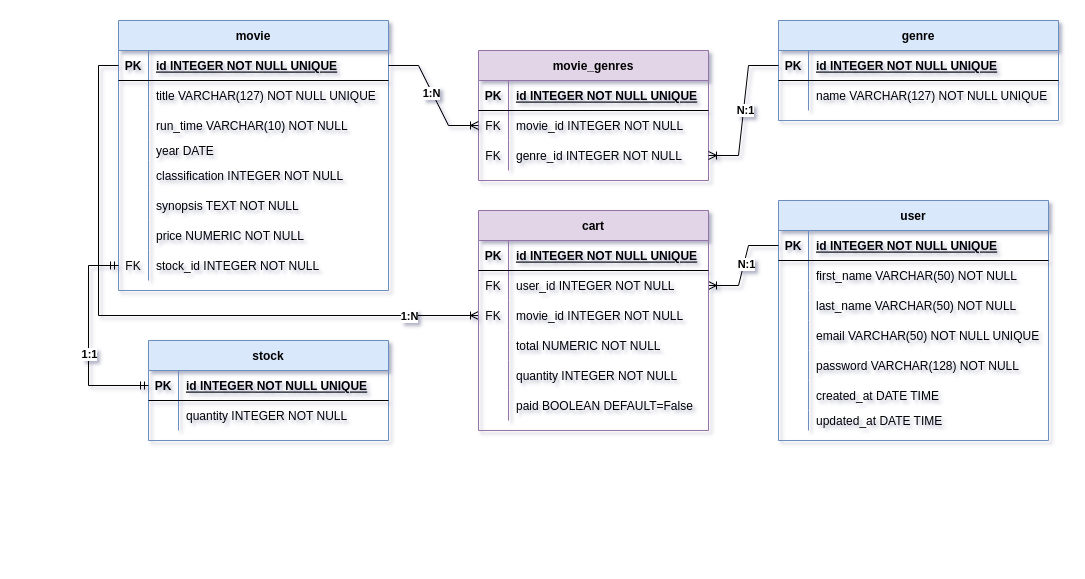
Above: DER.png in leonardomlouzas/capstone_django (draw.io), before the change. Source tidied: cells renumbered, new cells last; positions are measured from the earlier drawing's top-left corner, leaving out a move shared by most shapes.
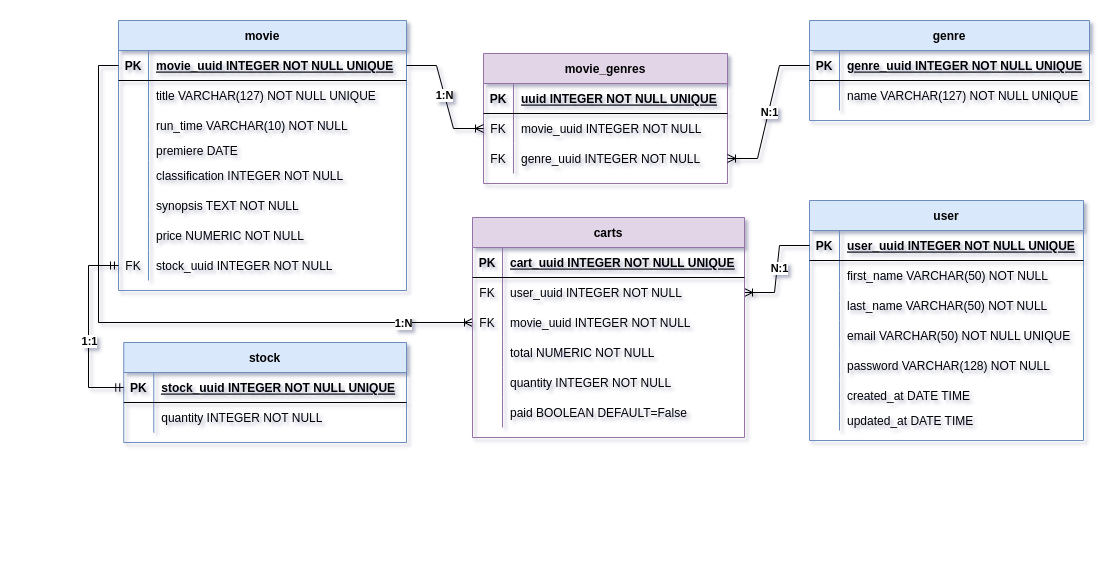
The same file after the commit.

What changed in the source:
```diff
@@ -5,3 +5,3 @@
     <mxCell id="2" value="genre" style="shape=table;startSize=30;rowLines=0;fontStyle=1;align=center;fillColor=#dae8fc;strokeColor=#6c8ebf;" parent="1" vertex="1">
-      <mxGeometry x="750" width="280" height="100" as="geometry" />
+      <mxGeometry x="781" width="280" height="100" as="geometry" />
     </mxCell>
@@ -13,3 +13,3 @@
     </mxCell>
-    <mxCell id="5" value="id INTEGER NOT NULL UNIQUE" style="shape=partialRectangle;overflow=hidden;fillColor=none;top=0;left=0;bottom=0;right=0;align=left;spacingLeft=6;fontStyle=5;" parent="3" vertex="1">
+    <mxCell id="5" value="genre_uuid INTEGER NOT NULL UNIQUE" style="shape=partialRectangle;overflow=hidden;fillColor=none;top=0;left=0;bottom=0;right=0;align=left;spacingLeft=6;fontStyle=5;" parent="3" vertex="1">
       <mxGeometry x="30" width="250" height="30" as="geometry" />
@@ -26,6 +26,6 @@
     <mxCell id="9" value="movie" style="shape=table;startSize=30;rowLines=0;fontStyle=1;align=center;fillColor=#dae8fc;strokeColor=#6c8ebf;" parent="1" vertex="1">
-      <mxGeometry x="90" width="270" height="270" as="geometry" />
+      <mxGeometry x="90" width="288" height="270" as="geometry" />
     </mxCell>
     <mxCell id="10" style="shape=partialRectangle;fillColor=none;points=[[0,0.5],[1,0.5]];portConstraint=eastwest;top=0;left=0;right=0;bottom=1;" parent="9" vertex="1">
-      <mxGeometry y="30" width="270" height="30" as="geometry" />
+      <mxGeometry y="30" width="288" height="30" as="geometry" />
     </mxCell>
@@ -34,7 +34,7 @@
     </mxCell>
-    <mxCell id="12" value="id INTEGER NOT NULL UNIQUE" style="shape=partialRectangle;overflow=hidden;fillColor=none;top=0;left=0;bottom=0;right=0;align=left;spacingLeft=6;fontStyle=5;" parent="10" vertex="1">
-      <mxGeometry x="30" width="240" height="30" as="geometry" />
+    <mxCell id="12" value="movie_uuid INTEGER NOT NULL UNIQUE" style="shape=partialRectangle;overflow=hidden;fillColor=none;top=0;left=0;bottom=0;right=0;align=left;spacingLeft=6;fontStyle=5;" parent="10" vertex="1">
+      <mxGeometry x="30" width="258" height="30" as="geometry" />
     </mxCell>
     <mxCell id="13" style="shape=partialRectangle;fillColor=none;top=0;left=0;right=0;bottom=0;" parent="9" vertex="1">
-      <mxGeometry y="60" width="270" height="30" as="geometry" />
+      <mxGeometry y="60" width="288" height="30" as="geometry" />
     </mxCell>
@@ -44,6 +44,6 @@
     <mxCell id="15" value="title VARCHAR(127) NOT NULL UNIQUE" style="shape=partialRectangle;overflow=hidden;fillColor=none;top=0;left=0;bottom=0;right=0;align=left;spacingLeft=6;fontStyle=0;" parent="13" vertex="1">
-      <mxGeometry x="30" width="240" height="30" as="geometry" />
+      <mxGeometry x="30" width="258" height="30" as="geometry" />
     </mxCell>
     <mxCell id="16" style="shape=partialRectangle;fillColor=none;top=0;left=0;right=0;bottom=0;" parent="9" vertex="1">
-      <mxGeometry y="90" width="270" height="30" as="geometry" />
+      <mxGeometry y="90" width="288" height="30" as="geometry" />
     </mxCell>
@@ -53,6 +53,6 @@
     <mxCell id="18" value="run_time VARCHAR(10) NOT NULL" style="shape=partialRectangle;overflow=hidden;fillColor=none;top=0;left=0;bottom=0;right=0;align=left;spacingLeft=6;" parent="16" vertex="1">
-      <mxGeometry x="30" width="240" height="30" as="geometry" />
+      <mxGeometry x="30" width="258" height="30" as="geometry" />
     </mxCell>
     <mxCell id="19" style="shape=partialRectangle;fillColor=none;top=0;left=0;right=0;bottom=0;" parent="9" vertex="1">
-      <mxGeometry y="120" width="270" height="20" as="geometry" />
+      <mxGeometry y="120" width="288" height="20" as="geometry" />
     </mxCell>
@@ -61,7 +61,7 @@
     </mxCell>
-    <mxCell id="21" value="year DATE" style="shape=partialRectangle;overflow=hidden;fillColor=none;top=0;left=0;bottom=0;right=0;align=left;spacingLeft=6;" parent="19" vertex="1">
-      <mxGeometry x="30" width="240" height="20" as="geometry" />
+    <mxCell id="21" value="premiere DATE" style="shape=partialRectangle;overflow=hidden;fillColor=none;top=0;left=0;bottom=0;right=0;align=left;spacingLeft=6;" parent="19" vertex="1">
+      <mxGeometry x="30" width="258" height="20" as="geometry" />
     </mxCell>
     <mxCell id="22" style="shape=partialRectangle;fillColor=none;top=0;left=0;right=0;bottom=0;" parent="9" vertex="1">
-      <mxGeometry y="140" width="270" height="30" as="geometry" />
+      <mxGeometry y="140" width="288" height="30" as="geometry" />
     </mxCell>
@@ -71,6 +71,6 @@
     <mxCell id="24" value="classification INTEGER NOT NULL" style="shape=partialRectangle;overflow=hidden;fillColor=none;top=0;left=0;bottom=0;right=0;align=left;spacingLeft=6;" parent="22" vertex="1">
-      <mxGeometry x="30" width="240" height="30" as="geometry" />
+      <mxGeometry x="30" width="258" height="30" as="geometry" />
     </mxCell>
     <mxCell id="25" style="shape=partialRectangle;fillColor=none;top=0;left=0;right=0;bottom=0;" parent="9" vertex="1">
-      <mxGeometry y="170" width="270" height="30" as="geometry" />
+      <mxGeometry y="170" width="288" height="30" as="geometry" />
     </mxCell>
@@ -80,6 +80,6 @@
     <mxCell id="27" value="synopsis TEXT NOT NULL" style="shape=partialRectangle;overflow=hidden;fillColor=none;top=0;left=0;bottom=0;right=0;align=left;spacingLeft=6;" parent="25" vertex="1">
-      <mxGeometry x="30" width="240" height="30" as="geometry" />
+      <mxGeometry x="30" width="258" height="30" as="geometry" />
     </mxCell>
     <mxCell id="28" style="shape=partialRectangle;fillColor=none;top=0;left=0;right=0;bottom=0;" parent="9" vertex="1">
-      <mxGeometry y="200" width="270" height="30" as="geometry" />
+      <mxGeometry y="200" width="288" height="30" as="geometry" />
     </mxCell>
@@ -89,6 +89,6 @@
     <mxCell id="30" value="price NUMERIC NOT NULL" style="shape=partialRectangle;overflow=hidden;fillColor=none;top=0;left=0;bottom=0;right=0;align=left;spacingLeft=6;" parent="28" vertex="1">
-      <mxGeometry x="30" width="240" height="30" as="geometry" />
+      <mxGeometry x="30" width="258" height="30" as="geometry" />
     </mxCell>
     <mxCell id="31" style="shape=partialRectangle;fillColor=none;points=[[0,0.5],[1,0.5]];portConstraint=eastwest;top=0;left=0;right=0;bottom=0;" parent="9" vertex="1">
-      <mxGeometry y="230" width="270" height="30" as="geometry" />
+      <mxGeometry y="230" width="288" height="30" as="geometry" />
     </mxCell>
@@ -97,10 +97,10 @@
     </mxCell>
-    <mxCell id="33" value="stock_id INTEGER NOT NULL" style="shape=partialRectangle;overflow=hidden;fillColor=none;top=0;left=0;bottom=0;right=0;align=left;spacingLeft=6;" parent="31" vertex="1">
-      <mxGeometry x="30" width="240" height="30" as="geometry" />
+    <mxCell id="33" value="stock_uuid INTEGER NOT NULL" style="shape=partialRectangle;overflow=hidden;fillColor=none;top=0;left=0;bottom=0;right=0;align=left;spacingLeft=6;" parent="31" vertex="1">
+      <mxGeometry x="30" width="258" height="30" as="geometry" />
     </mxCell>
     <mxCell id="34" value="movie_genres" style="shape=table;startSize=30;rowLines=0;fontStyle=1;align=center;fillColor=#e1d5e7;strokeColor=#9673a6;" parent="1" vertex="1">
-      <mxGeometry x="450" y="30" width="230" height="130" as="geometry" />
+      <mxGeometry x="455" y="33" width="244" height="130" as="geometry" />
     </mxCell>
     <mxCell id="35" style="shape=tableRow;horizontal=0;startSize=0;swimlaneHead=0;swimlaneBody=0;fillColor=none;top=0;left=0;right=0;bottom=1;" parent="34" vertex="1">
-      <mxGeometry y="30" width="230" height="30" as="geometry" />
+      <mxGeometry y="30" width="244" height="30" as="geometry" />
     </mxCell>
@@ -109,7 +109,7 @@
     </mxCell>
-    <mxCell id="37" value="id INTEGER NOT NULL UNIQUE" style="shape=partialRectangle;fillColor=none;top=0;left=0;bottom=0;right=0;align=left;spacingLeft=6;fontStyle=5;overflow=hidden;" parent="35" vertex="1">
-      <mxGeometry x="30" width="200" height="30" as="geometry" />
+    <mxCell id="37" value="uuid INTEGER NOT NULL UNIQUE" style="shape=partialRectangle;fillColor=none;top=0;left=0;bottom=0;right=0;align=left;spacingLeft=6;fontStyle=5;overflow=hidden;" parent="35" vertex="1">
+      <mxGeometry x="30" width="214" height="30" as="geometry" />
     </mxCell>
     <mxCell id="38" style="shape=tableRow;horizontal=0;startSize=0;swimlaneHead=0;swimlaneBody=0;fillColor=none;points=[[0,0.5],[1,0.5]];portConstraint=eastwest;top=0;left=0;right=0;bottom=0;" parent="34" vertex="1">
-      <mxGeometry y="60" width="230" height="30" as="geometry" />
+      <mxGeometry y="60" width="244" height="30" as="geometry" />
     </mxCell>
@@ -118,7 +118,7 @@
     </mxCell>
-    <mxCell id="40" value="movie_id INTEGER NOT NULL" style="shape=partialRectangle;fillColor=none;top=0;left=0;bottom=0;right=0;align=left;spacingLeft=6;overflow=hidden;" parent="38" vertex="1">
-      <mxGeometry x="30" width="200" height="30" as="geometry" />
+    <mxCell id="40" value="movie_uuid INTEGER NOT NULL" style="shape=partialRectangle;fillColor=none;top=0;left=0;bottom=0;right=0;align=left;spacingLeft=6;overflow=hidden;" parent="38" vertex="1">
+      <mxGeometry x="30" width="214" height="30" as="geometry" />
     </mxCell>
     <mxCell id="41" style="shape=tableRow;horizontal=0;startSize=0;swimlaneHead=0;swimlaneBody=0;fillColor=none;points=[[0,0.5],[1,0.5]];portConstraint=eastwest;top=0;left=0;right=0;bottom=0;" parent="34" vertex="1">
-      <mxGeometry y="90" width="230" height="30" as="geometry" />
+      <mxGeometry y="90" width="244" height="30" as="geometry" />
     </mxCell>
@@ -127,10 +127,10 @@
     </mxCell>
-    <mxCell id="43" value="genre_id INTEGER NOT NULL" style="shape=partialRectangle;fillColor=none;top=0;left=0;bottom=0;right=0;align=left;spacingLeft=6;overflow=hidden;" parent="41" vertex="1">
-      <mxGeometry x="30" width="200" height="30" as="geometry" />
+    <mxCell id="43" value="genre_uuid INTEGER NOT NULL" style="shape=partialRectangle;fillColor=none;top=0;left=0;bottom=0;right=0;align=left;spacingLeft=6;overflow=hidden;" parent="41" vertex="1">
+      <mxGeometry x="30" width="214" height="30" as="geometry" />
     </mxCell>
     <mxCell id="44" value="user" style="shape=table;startSize=30;rowLines=0;fontStyle=1;align=center;fillColor=#dae8fc;strokeColor=#6c8ebf;" parent="1" vertex="1">
-      <mxGeometry x="750" y="180" width="270" height="240" as="geometry" />
+      <mxGeometry x="781" y="180" width="274" height="240" as="geometry" />
     </mxCell>
     <mxCell id="45" style="shape=tableRow;horizontal=0;startSize=0;swimlaneHead=0;swimlaneBody=0;fillColor=none;points=[[0,0.5],[1,0.5]];portConstraint=eastwest;top=0;left=0;right=0;bottom=1;" parent="44" vertex="1">
-      <mxGeometry y="30" width="270" height="30" as="geometry" />
+      <mxGeometry y="30" width="274" height="30" as="geometry" />
     </mxCell>
@@ -139,7 +139,7 @@
     </mxCell>
-    <mxCell id="47" value="id INTEGER NOT NULL UNIQUE" style="shape=partialRectangle;fillColor=none;top=0;left=0;bottom=0;right=0;align=left;spacingLeft=6;fontStyle=5;overflow=hidden;" parent="45" vertex="1">
-      <mxGeometry x="30" width="240" height="30" as="geometry" />
+    <mxCell id="47" value="user_uuid INTEGER NOT NULL UNIQUE" style="shape=partialRectangle;fillColor=none;top=0;left=0;bottom=0;right=0;align=left;spacingLeft=6;fontStyle=5;overflow=hidden;" parent="45" vertex="1">
+      <mxGeometry x="30" width="244" height="30" as="geometry" />
     </mxCell>
     <mxCell id="48" style="shape=tableRow;horizontal=0;startSize=0;swimlaneHead=0;swimlaneBody=0;fillColor=none;top=0;left=0;right=0;bottom=0;" parent="44" vertex="1">
-      <mxGeometry y="60" width="270" height="30" as="geometry" />
+      <mxGeometry y="60" width="274" height="30" as="geometry" />
     </mxCell>
@@ -149,6 +149,6 @@
     <mxCell id="50" value="first_name VARCHAR(50) NOT NULL" style="shape=partialRectangle;fillColor=none;top=0;left=0;bottom=0;right=0;align=left;spacingLeft=6;overflow=hidden;" parent="48" vertex="1">
-      <mxGeometry x="30" width="240" height="30" as="geometry" />
+      <mxGeometry x="30" width="244" height="30" as="geometry" />
     </mxCell>
     <mxCell id="51" style="shape=tableRow;horizontal=0;startSize=0;swimlaneHead=0;swimlaneBody=0;fillColor=none;top=0;left=0;right=0;bottom=0;" parent="44" vertex="1">
-      <mxGeometry y="90" width="270" height="30" as="geometry" />
+      <mxGeometry y="90" width="274" height="30" as="geometry" />
     </mxCell>
@@ -158,6 +158,6 @@
     <mxCell id="53" value="last_name VARCHAR(50) NOT NULL" style="shape=partialRectangle;fillColor=none;top=0;left=0;bottom=0;right=0;align=left;spacingLeft=6;overflow=hidden;" parent="51" vertex="1">
-      <mxGeometry x="30" width="240" height="30" as="geometry" />
+      <mxGeometry x="30" width="244" height="30" as="geometry" />
     </mxCell>
     <mxCell id="54" style="shape=tableRow;horizontal=0;startSize=0;swimlaneHead=0;swimlaneBody=0;fillColor=none;top=0;left=0;right=0;bottom=0;" parent="44" vertex="1">
-      <mxGeometry y="120" width="270" height="30" as="geometry" />
+      <mxGeometry y="120" width="274" height="30" as="geometry" />
     </mxCell>
@@ -167,6 +167,6 @@
     <mxCell id="56" value="email VARCHAR(50) NOT NULL UNIQUE" style="shape=partialRectangle;fillColor=none;top=0;left=0;bottom=0;right=0;align=left;spacingLeft=6;overflow=hidden;" parent="54" vertex="1">
-      <mxGeometry x="30" width="240" height="30" as="geometry" />
+      <mxGeometry x="30" width="244" height="30" as="geometry" />
     </mxCell>
     <mxCell id="57" style="shape=tableRow;horizontal=0;startSize=0;swimlaneHead=0;swimlaneBody=0;fillColor=none;top=0;left=0;right=0;bottom=0;" parent="44" vertex="1">
-      <mxGeometry y="150" width="270" height="30" as="geometry" />
+      <mxGeometry y="150" width="274" height="30" as="geometry" />
     </mxCell>
@@ -176,6 +176,6 @@
     <mxCell id="59" value="password VARCHAR(128) NOT NULL" style="shape=partialRectangle;fillColor=none;top=0;left=0;bottom=0;right=0;align=left;spacingLeft=6;overflow=hidden;" parent="57" vertex="1">
-      <mxGeometry x="30" width="240" height="30" as="geometry" />
+      <mxGeometry x="30" width="244" height="30" as="geometry" />
     </mxCell>
     <mxCell id="60" style="shape=tableRow;horizontal=0;startSize=0;swimlaneHead=0;swimlaneBody=0;fillColor=none;top=0;left=0;right=0;bottom=0;" parent="44" vertex="1">
-      <mxGeometry y="180" width="270" height="30" as="geometry" />
+      <mxGeometry y="180" width="274" height="30" as="geometry" />
     </mxCell>
@@ -185,6 +185,6 @@
     <mxCell id="62" value="created_at DATE TIME" style="shape=partialRectangle;fillColor=none;top=0;left=0;bottom=0;right=0;align=left;spacingLeft=6;overflow=hidden;" parent="60" vertex="1">
-      <mxGeometry x="30" width="240" height="30" as="geometry" />
+      <mxGeometry x="30" width="244" height="30" as="geometry" />
     </mxCell>
     <mxCell id="63" style="shape=tableRow;horizontal=0;startSize=0;swimlaneHead=0;swimlaneBody=0;fillColor=none;top=0;left=0;right=0;bottom=0;" parent="44" vertex="1">
-      <mxGeometry y="210" width="270" height="20" as="geometry" />
+      <mxGeometry y="210" width="274" height="20" as="geometry" />
     </mxCell>
@@ -194,3 +194,3 @@
     <mxCell id="65" value="updated_at DATE TIME" style="shape=partialRectangle;fillColor=none;top=0;left=0;bottom=0;right=0;align=left;spacingLeft=6;overflow=hidden;" parent="63" vertex="1">
-      <mxGeometry x="30" width="240" height="20" as="geometry" />
+      <mxGeometry x="30" width="244" height="20" as="geometry" />
     </mxCell>
@@ -230,7 +230,7 @@
     </mxCell>
-    <mxCell id="74" value="cart" style="shape=table;startSize=30;rowLines=0;fontStyle=1;align=center;fillColor=#e1d5e7;strokeColor=#9673a6;" parent="1" vertex="1">
-      <mxGeometry x="450" y="190" width="230" height="220" as="geometry" />
+    <mxCell id="74" value="carts" style="shape=table;startSize=30;rowLines=0;fontStyle=1;align=center;fillColor=#e1d5e7;strokeColor=#9673a6;" parent="1" vertex="1">
+      <mxGeometry x="444" y="197" width="272" height="220" as="geometry" />
     </mxCell>
     <mxCell id="75" style="shape=tableRow;horizontal=0;startSize=0;swimlaneHead=0;swimlaneBody=0;fillColor=none;top=0;left=0;right=0;bottom=1;" parent="74" vertex="1">
-      <mxGeometry y="30" width="230" height="30" as="geometry" />
+      <mxGeometry y="30" width="272" height="30" as="geometry" />
     </mxCell>
@@ -239,7 +239,7 @@
     </mxCell>
-    <mxCell id="77" value="id INTEGER NOT NULL UNIQUE" style="shape=partialRectangle;fillColor=none;top=0;left=0;bottom=0;right=0;align=left;spacingLeft=6;fontStyle=5;overflow=hidden;" parent="75" vertex="1">
-      <mxGeometry x="30" width="200" height="30" as="geometry" />
+    <mxCell id="77" value="cart_uuid INTEGER NOT NULL UNIQUE" style="shape=partialRectangle;fillColor=none;top=0;left=0;bottom=0;right=0;align=left;spacingLeft=6;fontStyle=5;overflow=hidden;" parent="75" vertex="1">
+      <mxGeometry x="30" width="242" height="30" as="geometry" />
     </mxCell>
     <mxCell id="78" style="shape=tableRow;horizontal=0;startSize=0;swimlaneHead=0;swimlaneBody=0;fillColor=none;points=[[0,0.5],[1,0.5]];portConstraint=eastwest;top=0;left=0;right=0;bottom=0;" parent="74" vertex="1">
-      <mxGeometry y="60" width="230" height="30" as="geometry" />
+      <mxGeometry y="60" width="272" height="30" as="geometry" />
     </mxCell>
@@ -248,7 +248,7 @@
     </mxCell>
-    <mxCell id="80" value="user_id INTEGER NOT NULL" style="shape=partialRectangle;fillColor=none;top=0;left=0;bottom=0;right=0;align=left;spacingLeft=6;overflow=hidden;" parent="78" vertex="1">
-      <mxGeometry x="30" width="200" height="30" as="geometry" />
+    <mxCell id="80" value="user_uuid INTEGER NOT NULL" style="shape=partialRectangle;fillColor=none;top=0;left=0;bottom=0;right=0;align=left;spacingLeft=6;overflow=hidden;" parent="78" vertex="1">
+      <mxGeometry x="30" width="242" height="30" as="geometry" />
     </mxCell>
     <mxCell id="81" style="shape=tableRow;horizontal=0;startSize=0;swimlaneHead=0;swimlaneBody=0;fillColor=none;points=[[0,0.5],[1,0.5]];portConstraint=eastwest;top=0;left=0;right=0;bottom=0;" parent="74" vertex="1">
-      <mxGeometry y="90" width="230" height="30" as="geometry" />
+      <mxGeometry y="90" width="272" height="30" as="geometry" />
     </mxCell>
@@ -257,7 +257,7 @@
     </mxCell>
-    <mxCell id="83" value="movie_id INTEGER NOT NULL" style="shape=partialRectangle;fillColor=none;top=0;left=0;bottom=0;right=0;align=left;spacingLeft=6;overflow=hidden;" parent="81" vertex="1">
-      <mxGeometry x="30" width="200" height="30" as="geometry" />
+    <mxCell id="83" value="movie_uuid INTEGER NOT NULL" style="shape=partialRectangle;fillColor=none;top=0;left=0;bottom=0;right=0;align=left;spacingLeft=6;overflow=hidden;" parent="81" vertex="1">
+      <mxGeometry x="30" width="242" height="30" as="geometry" />
     </mxCell>
     <mxCell id="84" style="shape=tableRow;horizontal=0;startSize=0;swimlaneHead=0;swimlaneBody=0;fillColor=none;top=0;left=0;right=0;bottom=0;" parent="74" vertex="1">
-      <mxGeometry y="120" width="230" height="30" as="geometry" />
+      <mxGeometry y="120" width="272" height="30" as="geometry" />
     </mxCell>
@@ -267,6 +267,6 @@
     <mxCell id="86" value="total NUMERIC NOT NULL" style="shape=partialRectangle;fillColor=none;top=0;left=0;bottom=0;right=0;align=left;spacingLeft=6;overflow=hidden;" parent="84" vertex="1">
-      <mxGeometry x="30" width="200" height="30" as="geometry" />
+      <mxGeometry x="30" width="242" height="30" as="geometry" />
     </mxCell>
     <mxCell id="87" style="shape=tableRow;horizontal=0;startSize=0;swimlaneHead=0;swimlaneBody=0;fillColor=none;top=0;left=0;right=0;bottom=0;" parent="74" vertex="1">
-      <mxGeometry y="150" width="230" height="30" as="geometry" />
+      <mxGeometry y="150" width="272" height="30" as="geometry" />
     </mxCell>
@@ -276,6 +276,6 @@
     <mxCell id="89" value="quantity INTEGER NOT NULL " style="shape=partialRectangle;fillColor=none;top=0;left=0;bottom=0;right=0;align=left;spacingLeft=6;overflow=hidden;" parent="87" vertex="1">
-      <mxGeometry x="30" width="200" height="30" as="geometry" />
+      <mxGeometry x="30" width="242" height="30" as="geometry" />
     </mxCell>
     <mxCell id="90" style="shape=tableRow;horizontal=0;startSize=0;swimlaneHead=0;swimlaneBody=0;fillColor=none;top=0;left=0;right=0;bottom=0;" parent="74" vertex="1">
-      <mxGeometry y="180" width="230" height="30" as="geometry" />
+      <mxGeometry y="180" width="272" height="30" as="geometry" />
     </mxCell>
@@ -285,9 +285,9 @@
     <mxCell id="92" value="paid BOOLEAN DEFAULT=False" style="shape=partialRectangle;fillColor=none;top=0;left=0;bottom=0;right=0;align=left;spacingLeft=6;overflow=hidden;" parent="90" vertex="1">
-      <mxGeometry x="30" width="200" height="30" as="geometry" />
+      <mxGeometry x="30" width="242" height="30" as="geometry" />
     </mxCell>
     <mxCell id="93" value="stock" style="shape=table;startSize=30;rowLines=0;fontStyle=1;align=center;fillColor=#dae8fc;strokeColor=#6c8ebf;" parent="1" vertex="1">
-      <mxGeometry x="120" y="320" width="240" height="100" as="geometry" />
+      <mxGeometry x="95.2" y="322" width="282.8" height="100" as="geometry" />
     </mxCell>
     <mxCell id="94" style="shape=tableRow;horizontal=0;startSize=0;swimlaneHead=0;swimlaneBody=0;fillColor=none;points=[[0,0.5],[1,0.5]];portConstraint=eastwest;top=0;left=0;right=0;bottom=1;" parent="93" vertex="1">
-      <mxGeometry y="30" width="240" height="30" as="geometry" />
+      <mxGeometry y="30" width="282.8" height="30" as="geometry" />
     </mxCell>
@@ -296,7 +296,7 @@
     </mxCell>
-    <mxCell id="96" value="id INTEGER NOT NULL UNIQUE" style="shape=partialRectangle;fillColor=none;top=0;left=0;bottom=0;right=0;align=left;spacingLeft=6;fontStyle=5;overflow=hidden;" parent="94" vertex="1">
-      <mxGeometry x="30" width="210" height="30" as="geometry" />
+    <mxCell id="96" value="stock_uuid INTEGER NOT NULL UNIQUE" style="shape=partialRectangle;fillColor=none;top=0;left=0;bottom=0;right=0;align=left;spacingLeft=6;fontStyle=5;overflow=hidden;" parent="94" vertex="1">
+      <mxGeometry x="30" width="252.8" height="30" as="geometry" />
     </mxCell>
     <mxCell id="97" style="shape=tableRow;horizontal=0;startSize=0;swimlaneHead=0;swimlaneBody=0;fillColor=none;top=0;left=0;right=0;bottom=0;" parent="93" vertex="1">
-      <mxGeometry y="60" width="240" height="30" as="geometry" />
+      <mxGeometry y="60" width="282.8" height="30" as="geometry" />
     </mxCell>
@@ -306,3 +306,3 @@
     <mxCell id="99" value="quantity INTEGER NOT NULL" style="shape=partialRectangle;fillColor=none;top=0;left=0;bottom=0;right=0;align=left;spacingLeft=6;overflow=hidden;" parent="97" vertex="1">
-      <mxGeometry x="30" width="210" height="30" as="geometry" />
+      <mxGeometry x="30" width="252.8" height="30" as="geometry" />
     </mxCell>
```
